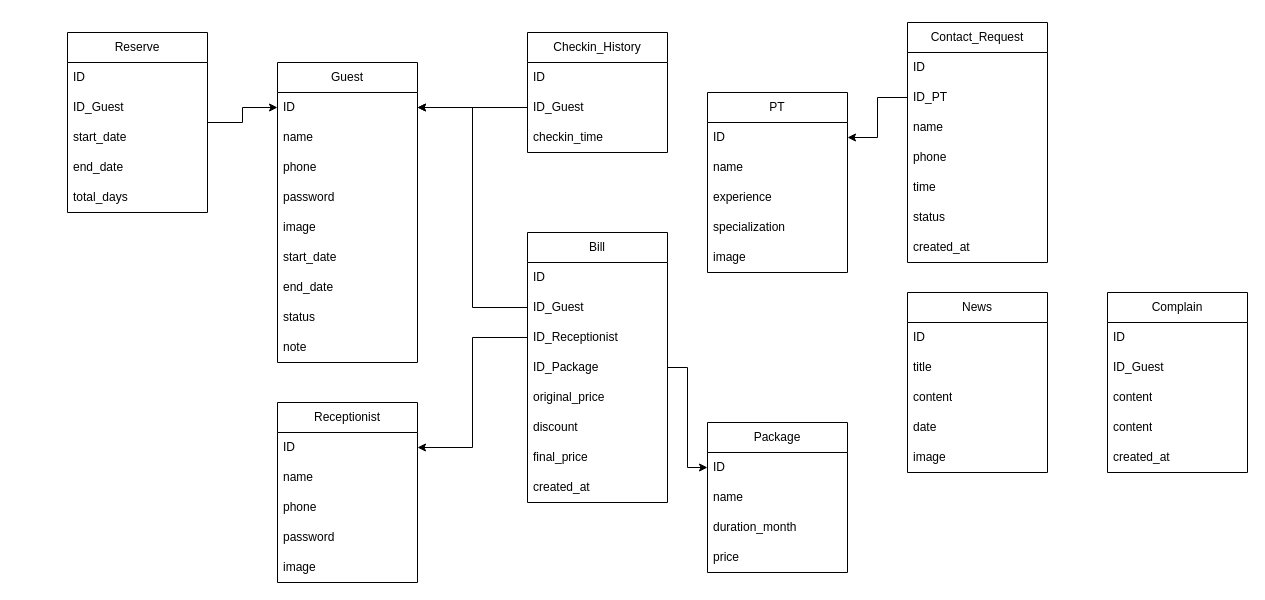
Before: Exotic.drawio in imRock1e/doan2_DH22KPM02_DangGiaBao_HeThongQuanLyPhongGym, a draw.io diagram. Source tidied: cells renumbered, new cells numbered last; positions are measured from the earlier drawing's top-left corner, leaving out a move shared by most shapes. Both pictures are drawn from the tidied source at 100%, with x=0, y=0 at pixel (67, 22).
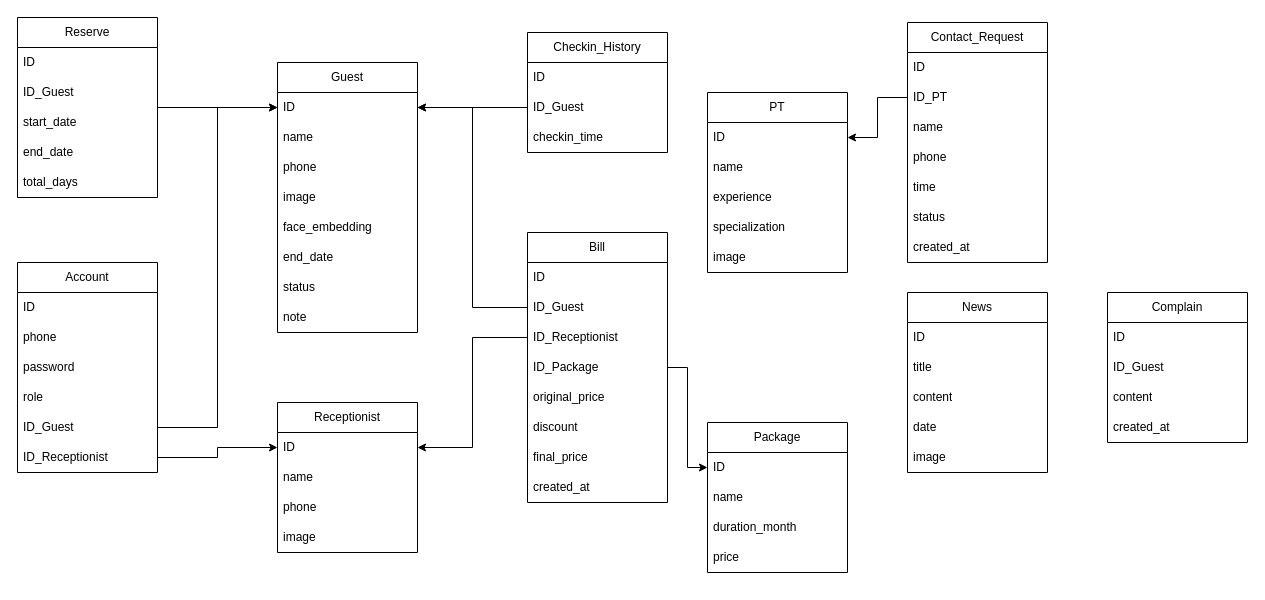
The same page after the edit.

Unchanged cells that the change refers to:
```xml
<mxCell id="3" value="ID" style="text;strokeColor=none;fillColor=none;align=left;verticalAlign=middle;spacingLeft=4;spacingRight=4;overflow=hidden;points=[[0,0.5],[1,0.5]];portConstraint=eastwest;whiteSpace=wrap;html=1;" parent="2" vertex="1">
  <mxGeometry y="30" width="140" height="30" as="geometry" />
</mxCell>
<mxCell id="28" value="ID" style="text;strokeColor=none;fillColor=none;align=left;verticalAlign=middle;spacingLeft=4;spacingRight=4;overflow=hidden;points=[[0,0.5],[1,0.5]];portConstraint=eastwest;whiteSpace=wrap;html=1;" parent="27" vertex="1">
  <mxGeometry y="30" width="140" height="30" as="geometry" />
</mxCell>
```

The edit, as a diff of the source:
```diff
@@
     <mxCell id="2" value="Receptionist" style="swimlane;fontStyle=0;horizontal=1;startSize=30;whiteSpace=wrap;html=1;" parent="1" vertex="1">
-      <mxGeometry x="210" y="380" width="140" height="180" as="geometry" />
+      <mxGeometry x="210" y="380" width="140" height="150" as="geometry" />
     </mxCell>
@@
-    <mxCell id="6" value="password" style="text;strokeColor=none;fillColor=none;align=left;verticalAlign=middle;spacingLeft=4;spacingRight=4;overflow=hidden;whiteSpace=wrap;html=1;" parent="2" vertex="1">
-      <mxGeometry y="120" width="140" height="30" as="geometry" />
-    </mxCell>
     <mxCell id="7" value="&lt;div&gt;image&lt;/div&gt;" style="text;strokeColor=none;fillColor=none;align=left;verticalAlign=middle;spacingLeft=4;spacingRight=4;overflow=hidden;whiteSpace=wrap;html=1;" parent="2" vertex="1">
-      <mxGeometry y="150" width="140" height="30" as="geometry" />
+      <mxGeometry y="120" width="140" height="30" as="geometry" />
     </mxCell>
@@
     <mxCell id="27" value="Guest" style="swimlane;fontStyle=0;horizontal=1;startSize=30;whiteSpace=wrap;html=1;" parent="1" vertex="1">
-      <mxGeometry x="210" y="40" width="140" height="300" as="geometry" />
+      <mxGeometry x="210" y="40" width="140" height="270" as="geometry" />
     </mxCell>
@@
-    <mxCell id="31" value="password" style="text;strokeColor=none;fillColor=none;align=left;verticalAlign=middle;spacingLeft=4;spacingRight=4;overflow=hidden;whiteSpace=wrap;html=1;" parent="27" vertex="1">
-      <mxGeometry y="120" width="140" height="30" as="geometry" />
-    </mxCell>
     <mxCell id="32" value="image" style="text;strokeColor=none;fillColor=none;align=left;verticalAlign=middle;spacingLeft=4;spacingRight=4;overflow=hidden;whiteSpace=wrap;html=1;" parent="27" vertex="1">
-      <mxGeometry y="150" width="140" height="30" as="geometry" />
+      <mxGeometry y="120" width="140" height="30" as="geometry" />
     </mxCell>
-    <mxCell id="33" value="start_date" style="text;strokeColor=none;fillColor=none;align=left;verticalAlign=middle;spacingLeft=4;spacingRight=4;overflow=hidden;whiteSpace=wrap;html=1;" parent="27" vertex="1">
-      <mxGeometry y="180" width="140" height="30" as="geometry" />
-    </mxCell>
+    <mxCell id="74" value="face_embedding" style="text;strokeColor=none;fillColor=none;align=left;verticalAlign=middle;spacingLeft=4;spacingRight=4;overflow=hidden;whiteSpace=wrap;html=1;" parent="27" vertex="1">
+      <mxGeometry y="150" width="140" height="30" as="geometry" />
+    </mxCell>
     <mxCell id="34" value="end_date" style="text;strokeColor=none;fillColor=none;align=left;verticalAlign=middle;spacingLeft=4;spacingRight=4;overflow=hidden;whiteSpace=wrap;html=1;" parent="27" vertex="1">
-      <mxGeometry y="210" width="140" height="30" as="geometry" />
+      <mxGeometry y="180" width="140" height="30" as="geometry" />
     </mxCell>
     <mxCell id="35" value="status" style="text;strokeColor=none;fillColor=none;align=left;verticalAlign=middle;spacingLeft=4;spacingRight=4;overflow=hidden;whiteSpace=wrap;html=1;" parent="27" vertex="1">
-      <mxGeometry y="240" width="140" height="30" as="geometry" />
+      <mxGeometry y="210" width="140" height="30" as="geometry" />
     </mxCell>
     <mxCell id="36" value="note" style="text;strokeColor=none;fillColor=none;align=left;verticalAlign=middle;spacingLeft=4;spacingRight=4;overflow=hidden;whiteSpace=wrap;html=1;" parent="27" vertex="1">
-      <mxGeometry y="270" width="140" height="30" as="geometry" />
+      <mxGeometry y="240" width="140" height="30" as="geometry" />
     </mxCell>
@@
     <mxCell id="38" value="Reserve" style="swimlane;fontStyle=0;horizontal=1;startSize=30;whiteSpace=wrap;html=1;" parent="1" vertex="1">
-      <mxGeometry y="10" width="140" height="180" as="geometry" />
+      <mxGeometry x="-50" y="-5" width="140" height="180" as="geometry" />
     </mxCell>
@@
     <mxCell id="68" value="Complain" style="swimlane;fontStyle=0;horizontal=1;startSize=30;whiteSpace=wrap;html=1;" parent="1" vertex="1">
-      <mxGeometry x="1040" y="270" width="140" height="180" as="geometry" />
+      <mxGeometry x="1040" y="270" width="140" height="150" as="geometry" />
     </mxCell>
@@
-    <mxCell id="72" value="content" style="text;strokeColor=none;fillColor=none;align=left;verticalAlign=middle;spacingLeft=4;spacingRight=4;overflow=hidden;whiteSpace=wrap;html=1;" parent="68" vertex="1">
-      <mxGeometry y="120" width="140" height="30" as="geometry" />
-    </mxCell>
     <mxCell id="73" value="created_at" style="text;strokeColor=none;fillColor=none;align=left;verticalAlign=middle;spacingLeft=4;spacingRight=4;overflow=hidden;whiteSpace=wrap;html=1;" parent="68" vertex="1">
-      <mxGeometry y="150" width="140" height="30" as="geometry" />
+      <mxGeometry y="120" width="140" height="30" as="geometry" />
     </mxCell>
+    <mxCell id="75" value="Account" style="swimlane;fontStyle=0;horizontal=1;startSize=30;whiteSpace=wrap;html=1;" parent="1" vertex="1">
+      <mxGeometry x="-50" y="240" width="140" height="210" as="geometry" />
+    </mxCell>
+    <mxCell id="76" value="ID" style="text;strokeColor=none;fillColor=none;align=left;verticalAlign=middle;spacingLeft=4;spacingRight=4;overflow=hidden;whiteSpace=wrap;html=1;" parent="75" vertex="1">
+      <mxGeometry y="30" width="140" height="30" as="geometry" />
+    </mxCell>
+    <mxCell id="77" value="phone" style="text;strokeColor=none;fillColor=none;align=left;verticalAlign=middle;spacingLeft=4;spacingRight=4;overflow=hidden;whiteSpace=wrap;html=1;" parent="75" vertex="1">
+      <mxGeometry y="60" width="140" height="30" as="geometry" />
+    </mxCell>
+    <mxCell id="78" value="password" style="text;strokeColor=none;fillColor=none;align=left;verticalAlign=middle;spacingLeft=4;spacingRight=4;overflow=hidden;whiteSpace=wrap;html=1;" parent="75" vertex="1">
+      <mxGeometry y="90" width="140" height="30" as="geometry" />
+    </mxCell>
+    <mxCell id="79" value="role" style="text;strokeColor=none;fillColor=none;align=left;verticalAlign=middle;spacingLeft=4;spacingRight=4;overflow=hidden;whiteSpace=wrap;html=1;" parent="75" vertex="1">
+      <mxGeometry y="120" width="140" height="30" as="geometry" />
+    </mxCell>
+    <mxCell id="80" value="ID_Guest" style="text;strokeColor=none;fillColor=none;align=left;verticalAlign=middle;spacingLeft=4;spacingRight=4;overflow=hidden;points=[[0,0.5],[1,0.5]];portConstraint=eastwest;whiteSpace=wrap;html=1;" parent="75" vertex="1">
+      <mxGeometry y="150" width="140" height="30" as="geometry" />
+    </mxCell>
+    <mxCell id="81" value="ID_Receptionist" style="text;strokeColor=none;fillColor=none;align=left;verticalAlign=middle;spacingLeft=4;spacingRight=4;overflow=hidden;points=[[0,0.5],[1,0.5]];portConstraint=eastwest;whiteSpace=wrap;html=1;" parent="75" vertex="1">
+      <mxGeometry y="180" width="140" height="30" as="geometry" />
+    </mxCell>
+    <mxCell id="82" style="edgeStyle=orthogonalEdgeStyle;rounded=0;jettySize=auto;html=1;entryX=0;entryY=0.5;entryDx=0;entryDy=0;" parent="1" edge="1" source="80" target="28">
+      <mxGeometry relative="1" as="geometry" />
+    </mxCell>
+    <mxCell id="83" style="edgeStyle=orthogonalEdgeStyle;rounded=0;jettySize=auto;html=1;exitX=1;exitY=0.5;exitDx=0;exitDy=0;entryX=0;entryY=0.5;entryDx=0;entryDy=0;" parent="1" edge="1" source="81" target="3">
+      <mxGeometry relative="1" as="geometry" />
+    </mxCell>
```
